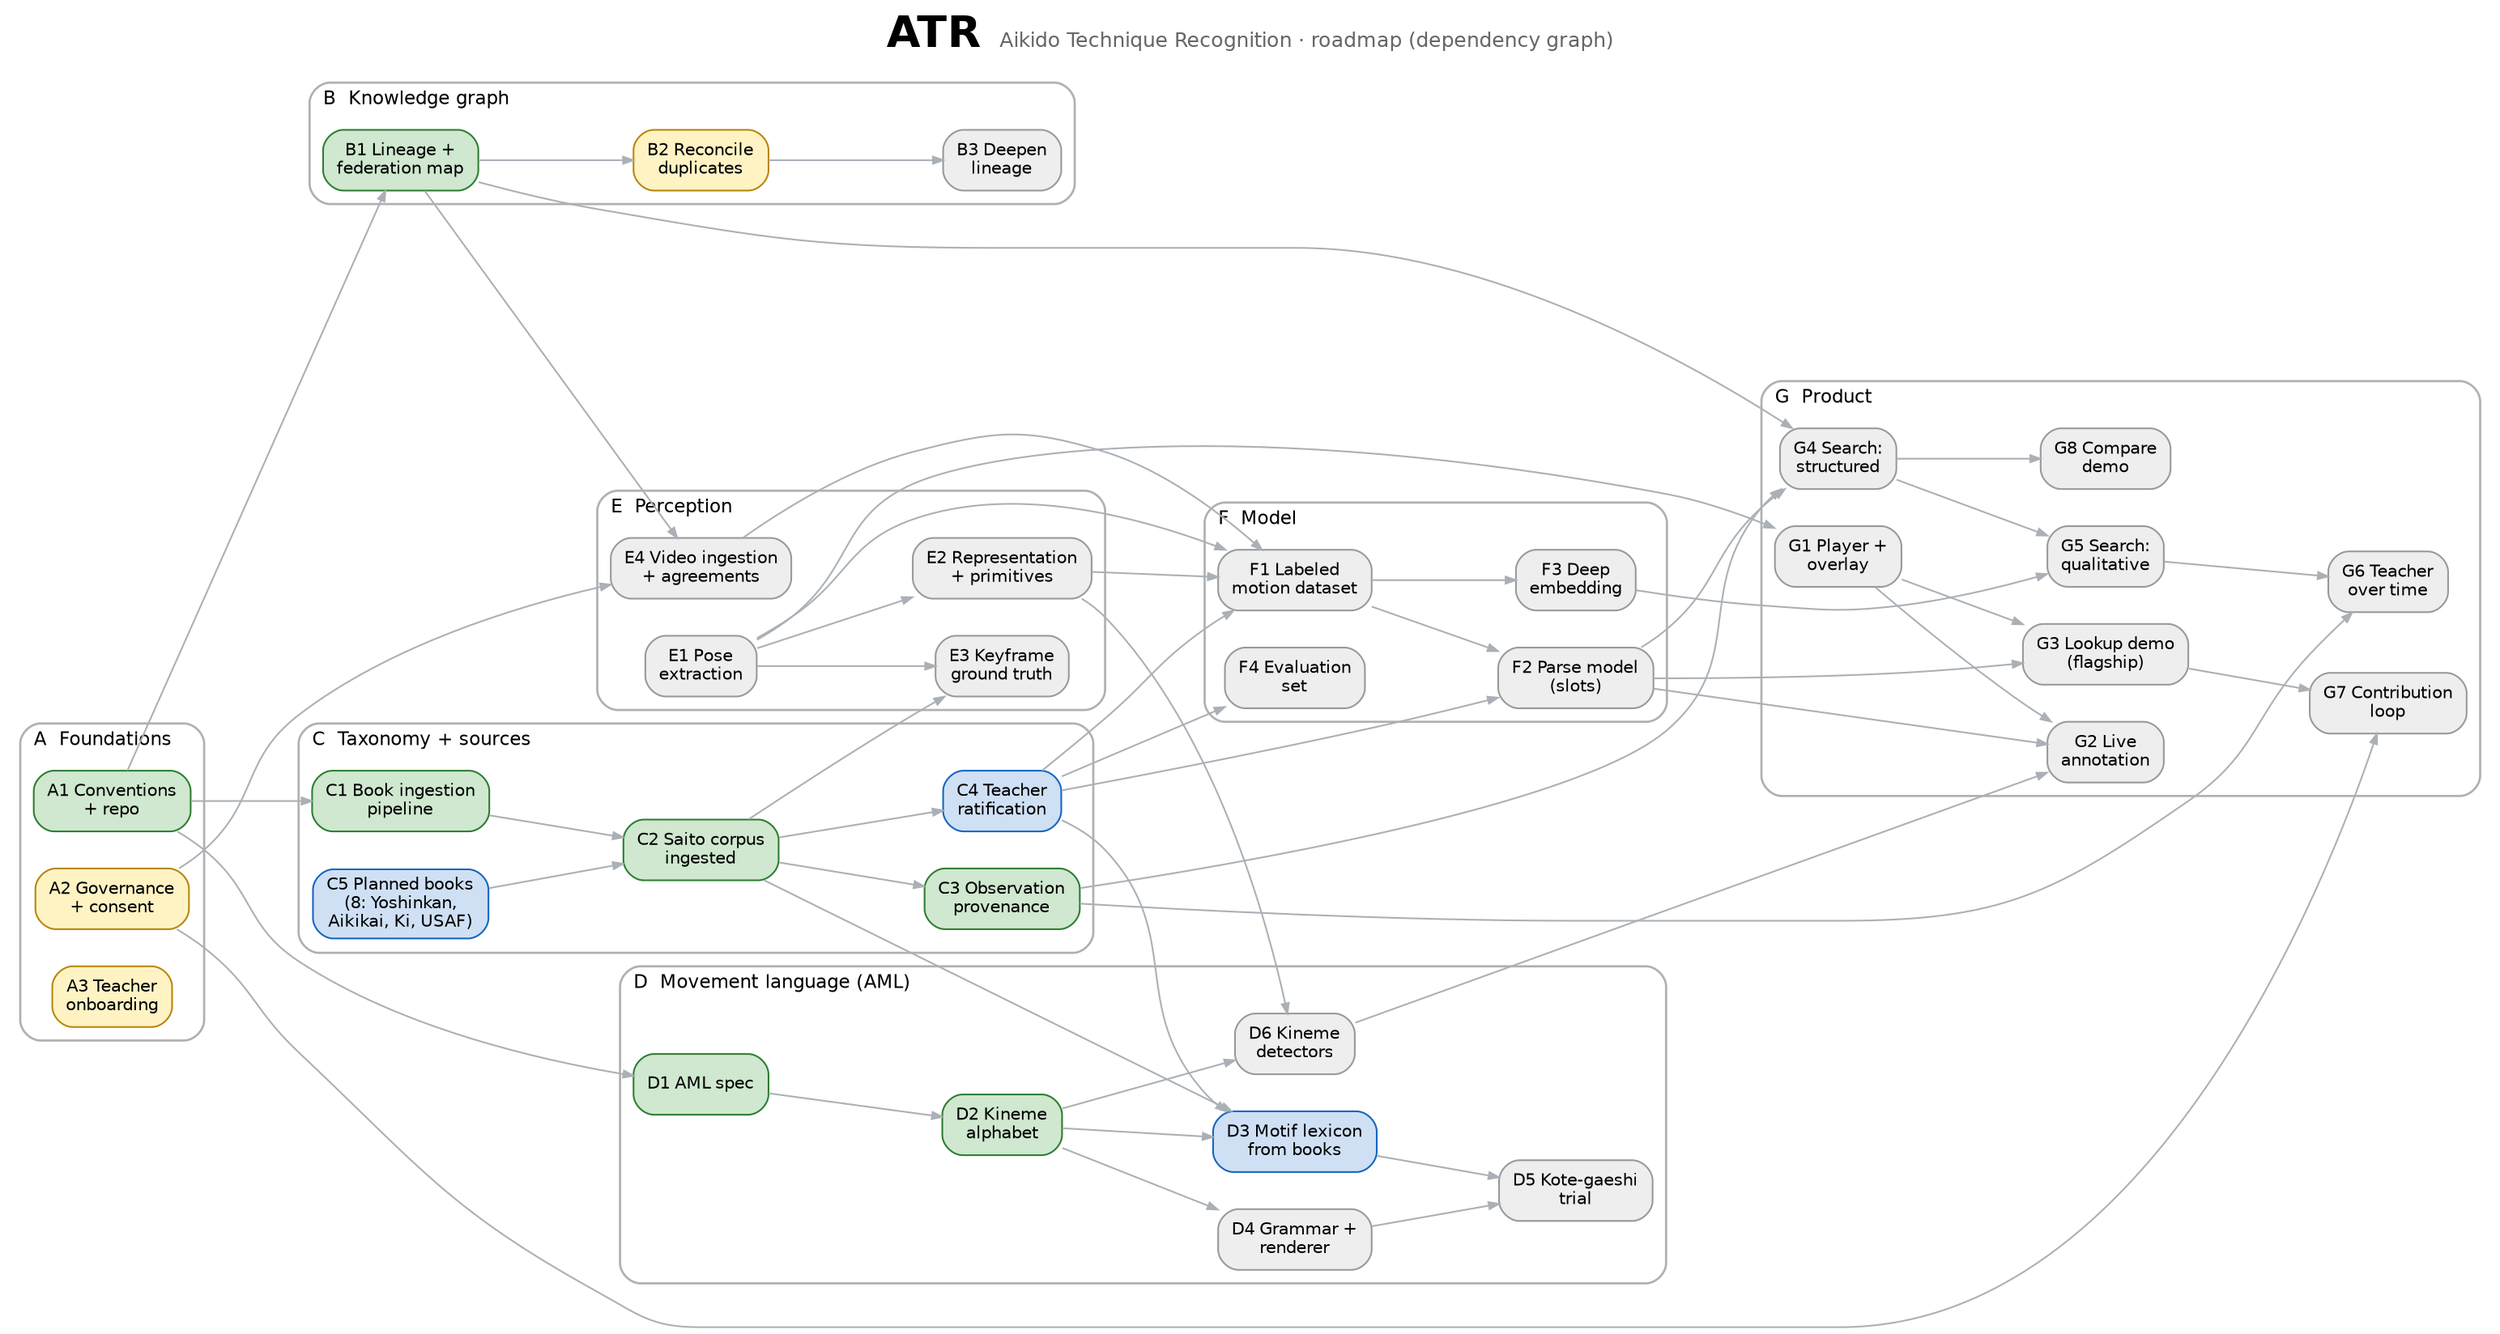
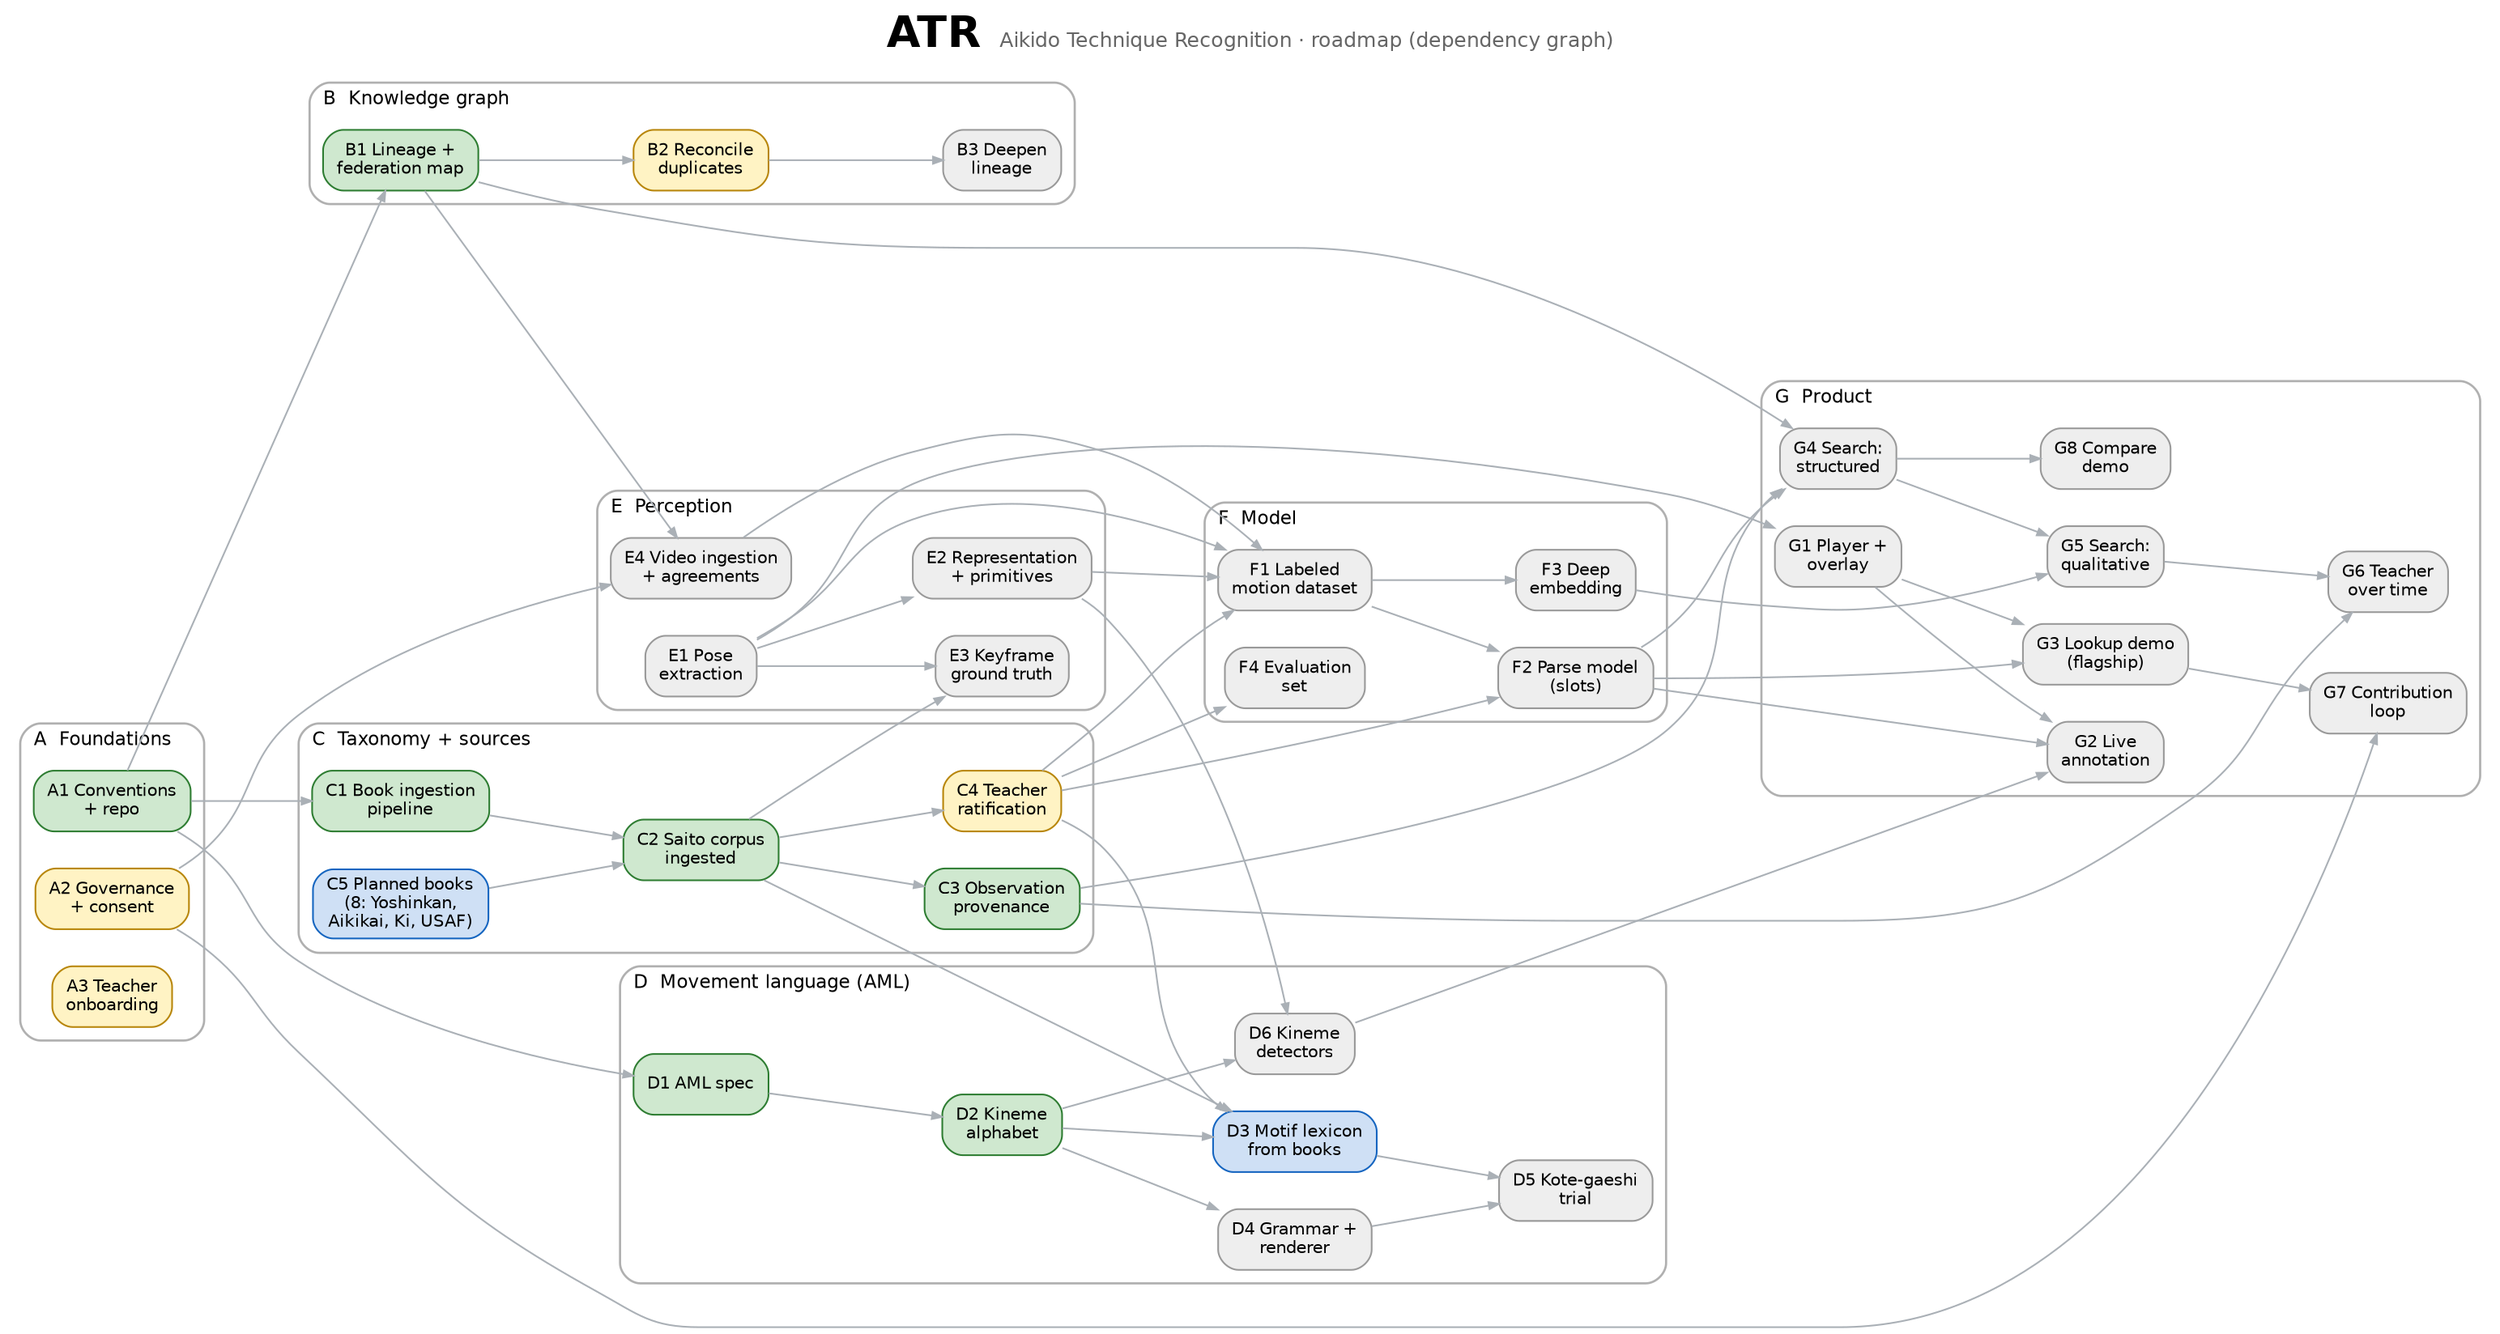
// ATR roadmap dependency graph -- source of truth.
// Render with: python docs/atr_15_roadmap_build.py  (writes atr_15_roadmap_graph.svg
// with the status legend composed below). Node ids carry the track (A..G).
digraph roadmap {
  rankdir=LR; ranksep=1.0; nodesep=0.3; compound=true; labelloc="t"; fontname="Helvetica";
  label=<<B><FONT POINT-SIZE="26">ATR</FONT></B>  <FONT POINT-SIZE="12" COLOR="#666666">Aikido Technique Recognition &#183; roadmap (dependency graph)</FONT>>;
  node [shape=box, style="rounded,filled", fontname="Helvetica", fontsize=10, fillcolor="#eeeeee", color="#999999"];
  edge [color="#aab0b6", arrowsize=0.6];

  subgraph cluster_A {
    label="A  Foundations"; labeljust="l"; fontsize=11; fontcolor="#666"; style="rounded"; color="#b0b0b0"; penwidth=1.3;
    A1 [label="A1 Conventions\n+ repo", fillcolor="#cfe8cf", color="#2e7d32"];
    A2 [label="A2 Governance\n+ consent", fillcolor="#fff3c4", color="#b8860b"];
    A3 [label="A3 Teacher\nonboarding", fillcolor="#fff3c4", color="#b8860b"];
  }
  subgraph cluster_B {
    label="B  Knowledge graph"; labeljust="l"; fontsize=11; fontcolor="#666"; style="rounded"; color="#b0b0b0"; penwidth=1.3;
    B1 [label="B1 Lineage +\nfederation map", fillcolor="#cfe8cf", color="#2e7d32"];
    B2 [label="B2 Reconcile\nduplicates", fillcolor="#fff3c4", color="#b8860b"];
    B3 [label="B3 Deepen\nlineage"];
  }
  subgraph cluster_C {
    label="C  Taxonomy + sources"; labeljust="l"; fontsize=11; fontcolor="#666"; style="rounded"; color="#b0b0b0"; penwidth=1.3;
    C1 [label="C1 Book ingestion\npipeline", fillcolor="#cfe8cf", color="#2e7d32"];
    C2 [label="C2 Saito corpus\ningested", fillcolor="#cfe8cf", color="#2e7d32"];
    C3 [label="C3 Observation\nprovenance", fillcolor="#cfe8cf", color="#2e7d32"];
-     C4 [label="C4 Teacher\nratification", fillcolor="#cfe0f5", color="#1565c0"];
+     C4 [label="C4 Teacher\nratification", fillcolor="#fff3c4", color="#b8860b"];
    C5 [label="C5 Planned books\n(8: Yoshinkan,\nAikikai, Ki, USAF)", fillcolor="#cfe0f5", color="#1565c0"];
  }
  subgraph cluster_D {
    label="D  Movement language (AML)"; labeljust="l"; fontsize=11; fontcolor="#666"; style="rounded"; color="#b0b0b0"; penwidth=1.3;
    D1 [label="D1 AML spec", fillcolor="#cfe8cf", color="#2e7d32"];
    D2 [label="D2 Kineme\nalphabet", fillcolor="#cfe8cf", color="#2e7d32"];
    D3 [label="D3 Motif lexicon\nfrom books", fillcolor="#cfe0f5", color="#1565c0"];
    D4 [label="D4 Grammar +\nrenderer"]; D5 [label="D5 Kote-gaeshi\ntrial"]; D6 [label="D6 Kineme\ndetectors"];
  }
  subgraph cluster_E {
    label="E  Perception"; labeljust="l"; fontsize=11; fontcolor="#666"; style="rounded"; color="#b0b0b0"; penwidth=1.3;
    E1 [label="E1 Pose\nextraction"]; E2 [label="E2 Representation\n+ primitives"]; E3 [label="E3 Keyframe\nground truth"]; E4 [label="E4 Video ingestion\n+ agreements"];
  }
  subgraph cluster_F {
    label="F  Model"; labeljust="l"; fontsize=11; fontcolor="#666"; style="rounded"; color="#b0b0b0"; penwidth=1.3;
    F1 [label="F1 Labeled\nmotion dataset"]; F2 [label="F2 Parse model\n(slots)"]; F3 [label="F3 Deep\nembedding"]; F4 [label="F4 Evaluation\nset"];
  }
  subgraph cluster_G {
    label="G  Product"; labeljust="l"; fontsize=11; fontcolor="#666"; style="rounded"; color="#b0b0b0"; penwidth=1.3;
    G1 [label="G1 Player +\noverlay"]; G2 [label="G2 Live\nannotation"]; G3 [label="G3 Lookup demo\n(flagship)"];
    G4 [label="G4 Search:\nstructured"]; G5 [label="G5 Search:\nqualitative"]; G6 [label="G6 Teacher\nover time"]; G7 [label="G7 Contribution\nloop"]; G8 [label="G8 Compare\ndemo"];
  }

  A1 -> B1; A1 -> C1; A1 -> D1; A2 -> E4; A2 -> G7;
  B1 -> B2; B2 -> B3;
  C1 -> C2; C2 -> C3; C2 -> C4; C2 -> D3; C2 -> E3; C4 -> D3; C4 -> F1; C4 -> F2; C4 -> F4; C5 -> C2;
  D1 -> D2; D2 -> D3; D2 -> D4; D2 -> D6; D3 -> D5; D4 -> D5;
  E1 -> E2; E1 -> E3; E1 -> G1; E1 -> F1; E2 -> D6; E2 -> F1;
  B1 -> E4; B1 -> G4; E4 -> F1;
  F1 -> F2; F1 -> F3; F2 -> G2; F2 -> G3; F2 -> G4; D6 -> G2;
  G1 -> G2; G1 -> G3; C3 -> G4; C3 -> G6;
  F3 -> G5; G4 -> G5; G4 -> G8; G5 -> G6; G3 -> G7;
}
